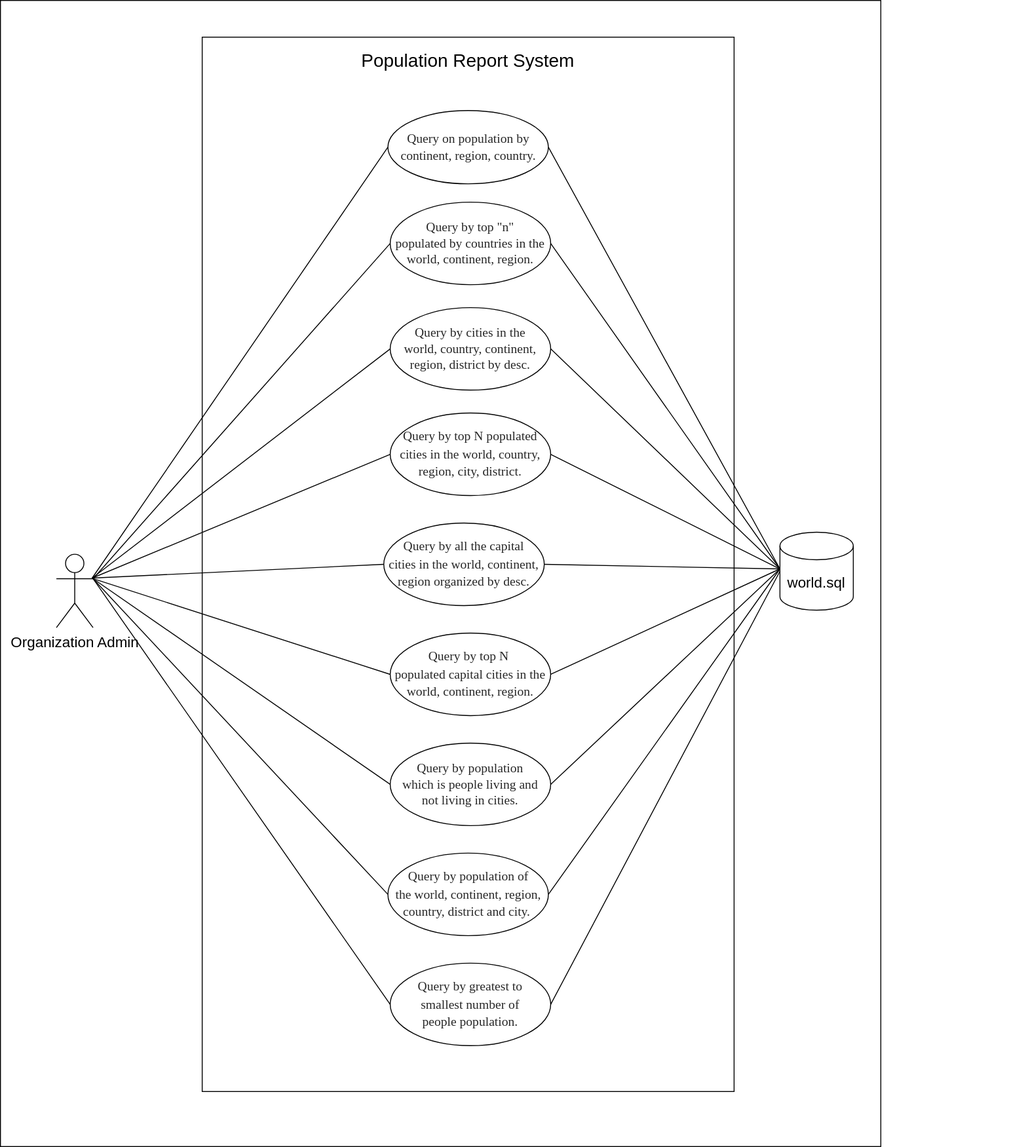
Saw-Yu-Nandar/DevOps_gp4 keeps this draw.io diagram as ProjectGroup4_UML.svg. Above is the earlier version. Source tidied: cells renumbered, new cells last; positions are measured from the earlier drawing's top-left corner, leaving out a move shared by most shapes.
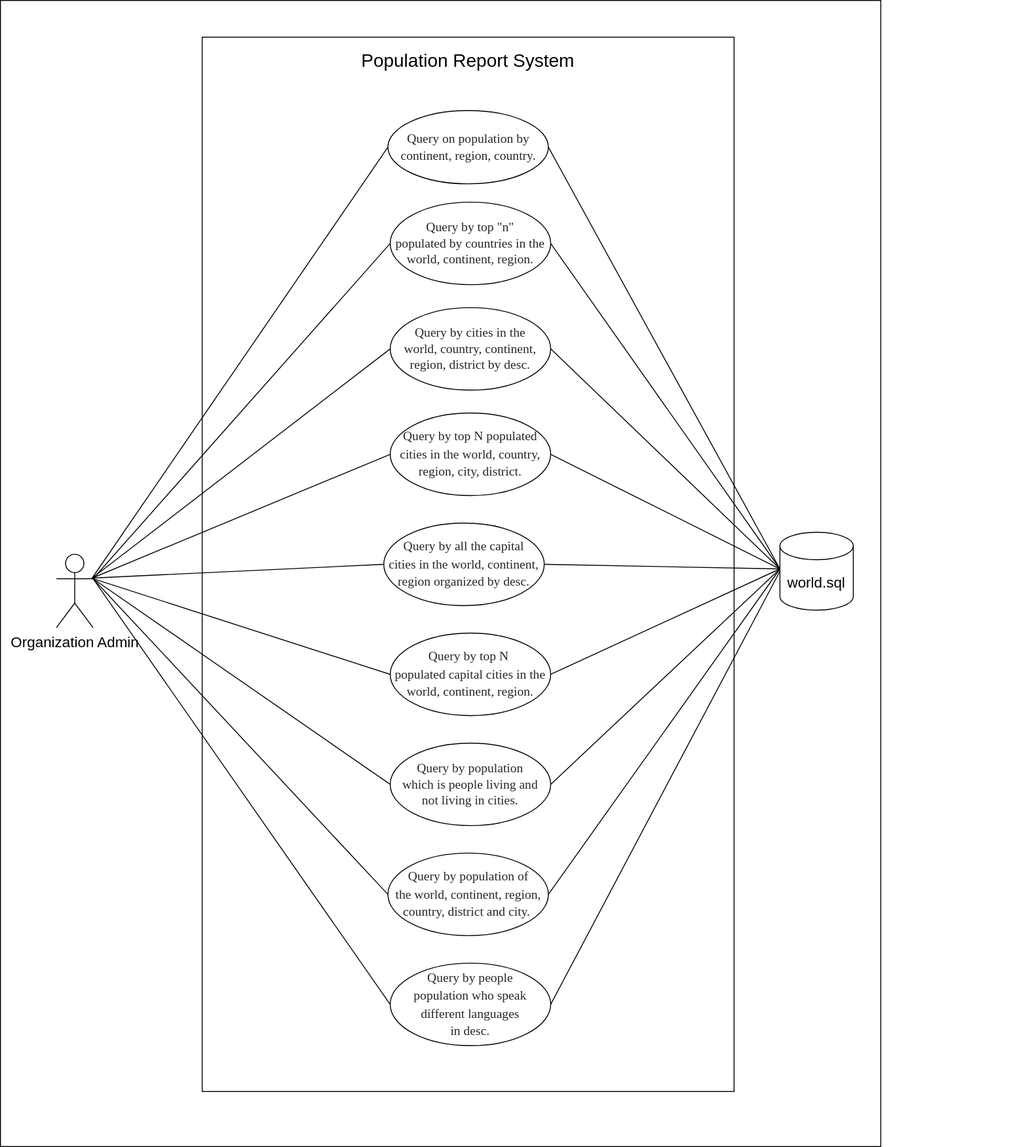
Later version of the same file.

Change to the diagram source:
```diff
@@ -52,7 +52,7 @@
     <mxCell id="17" value="&lt;span style=&quot;font-size: 14px; margin: 0px; padding: 0px; -webkit-user-select: text; -webkit-user-drag: none; caret-color: rgba(0, 0, 0, 0.847); color: rgba(0, 0, 0, 0.847); text-align: left; line-height: 19.425px; font-family: &amp;quot;Times New Roman&amp;quot;, &amp;quot;Times New Roman_EmbeddedFont&amp;quot;, &amp;quot;Times New Roman_MSFontService&amp;quot;, serif; font-variant-ligatures: none !important; -webkit-nbsp-mode: normal !important;&quot; class=&quot;TextRun SCXW8730070 BCX4&quot; lang=&quot;EN-US&quot;&gt;&lt;span style=&quot;margin: 0px; padding: 0px; -webkit-user-select: text; -webkit-user-drag: none; font-size: 14px; -webkit-nbsp-mode: normal !important;&quot; class=&quot;NormalTextRun SCXW8730070 BCX4&quot;&gt;Query by &lt;/span&gt;&lt;span style=&quot;margin: 0px; padding: 0px; -webkit-user-select: text; -webkit-user-drag: none; font-size: 14px; -webkit-nbsp-mode: normal !important;&quot; class=&quot;NormalTextRun SCXW8730070 BCX4&quot;&gt;population of &lt;br&gt;the world, continent, region, country, district and city.&lt;/span&gt;&lt;/span&gt;&lt;span style=&quot;font-size: 14px; margin: 0px; padding: 0px; -webkit-user-select: text; -webkit-user-drag: none; caret-color: rgba(0, 0, 0, 0.847); color: rgba(0, 0, 0, 0.847); text-align: left; line-height: 19.425px; font-family: &amp;quot;Times New Roman&amp;quot;, &amp;quot;Times New Roman_EmbeddedFont&amp;quot;, &amp;quot;Times New Roman_MSFontService&amp;quot;, serif; -webkit-nbsp-mode: normal !important;&quot; data-ccp-props=&quot;{&amp;quot;134233117&amp;quot;:false,&amp;quot;134233118&amp;quot;:false,&amp;quot;201341983&amp;quot;:0,&amp;quot;335551550&amp;quot;:1,&amp;quot;335551620&amp;quot;:1,&amp;quot;335559685&amp;quot;:0,&amp;quot;335559737&amp;quot;:0,&amp;quot;335559738&amp;quot;:0,&amp;quot;335559739&amp;quot;:160,&amp;quot;335559740&amp;quot;:259}&quot; class=&quot;EOP SCXW8730070 BCX4&quot;&gt;&amp;nbsp;&lt;/span&gt;" style="ellipse;whiteSpace=wrap;html=1;fontSize=14;spacing=2;" parent="1" vertex="1">
       <mxGeometry x="422.5" y="930" width="175" height="90" as="geometry" />
     </mxCell>
-    <mxCell id="18" value="&lt;span style=&quot;font-size: 14px; margin: 0px; padding: 0px; -webkit-user-select: text; -webkit-user-drag: none; caret-color: rgba(0, 0, 0, 0.847); color: rgba(0, 0, 0, 0.847); text-align: left; line-height: 19.425px; font-family: &amp;quot;Times New Roman&amp;quot;, &amp;quot;Times New Roman_EmbeddedFont&amp;quot;, &amp;quot;Times New Roman_MSFontService&amp;quot;, serif; font-variant-ligatures: none !important; -webkit-nbsp-mode: normal !important;&quot; class=&quot;TextRun SCXW37822006 BCX4&quot; lang=&quot;EN-US&quot;&gt;&lt;span style=&quot;margin: 0px; padding: 0px; -webkit-user-select: text; -webkit-user-drag: none; font-size: 14px; -webkit-nbsp-mode: normal !important;&quot; class=&quot;NormalTextRun SCXW37822006 BCX4&quot;&gt;Query by &lt;/span&gt;&lt;span style=&quot;margin: 0px; padding: 0px; -webkit-user-select: text; -webkit-user-drag: none; font-size: 14px; -webkit-nbsp-mode: normal !important;&quot; class=&quot;NormalTextRun SCXW37822006 BCX4&quot;&gt;greatest to &lt;br&gt;smallest number &lt;/span&gt;&lt;span style=&quot;margin: 0px; padding: 0px; -webkit-user-select: text; -webkit-user-drag: none; font-size: 14px; -webkit-nbsp-mode: normal !important;&quot; class=&quot;NormalTextRun SCXW37822006 BCX4&quot;&gt;of &lt;br&gt;people population.&lt;/span&gt;&lt;/span&gt;" style="ellipse;whiteSpace=wrap;html=1;fontSize=14;spacing=2;" parent="1" vertex="1">
+    <mxCell id="18" value="&lt;span style=&quot;font-size: 14px; margin: 0px; padding: 0px; -webkit-user-select: text; -webkit-user-drag: none; caret-color: rgba(0, 0, 0, 0.847); color: rgba(0, 0, 0, 0.847); text-align: left; line-height: 19.425px; font-family: &amp;quot;Times New Roman&amp;quot;, &amp;quot;Times New Roman_EmbeddedFont&amp;quot;, &amp;quot;Times New Roman_MSFontService&amp;quot;, serif; font-variant-ligatures: none !important; -webkit-nbsp-mode: normal !important;&quot; class=&quot;TextRun SCXW37822006 BCX4&quot; lang=&quot;EN-US&quot;&gt;&lt;span style=&quot;margin: 0px; padding: 0px; -webkit-user-select: text; -webkit-user-drag: none; font-size: 14px; -webkit-nbsp-mode: normal !important;&quot; class=&quot;NormalTextRun SCXW37822006 BCX4&quot;&gt;Query by&amp;nbsp;&lt;/span&gt;&lt;span style=&quot;margin: 0px; padding: 0px; -webkit-user-select: text; -webkit-user-drag: none; font-size: 14px; -webkit-nbsp-mode: normal !important;&quot; class=&quot;NormalTextRun SCXW37822006 BCX4&quot;&gt;people &lt;br&gt;population who speak different languages &lt;br&gt;in desc.&lt;/span&gt;&lt;/span&gt;" style="ellipse;whiteSpace=wrap;html=1;fontSize=14;spacing=2;" parent="1" vertex="1">
       <mxGeometry x="425" y="1050" width="175" height="90" as="geometry" />
     </mxCell>
     <mxCell id="19" style="endArrow=none;html=1;rounded=0;strokeWidth=1;fontSize=16;entryX=0;entryY=0.5;entryDx=0;entryDy=0;" parent="1" edge="1" target="12">
```
